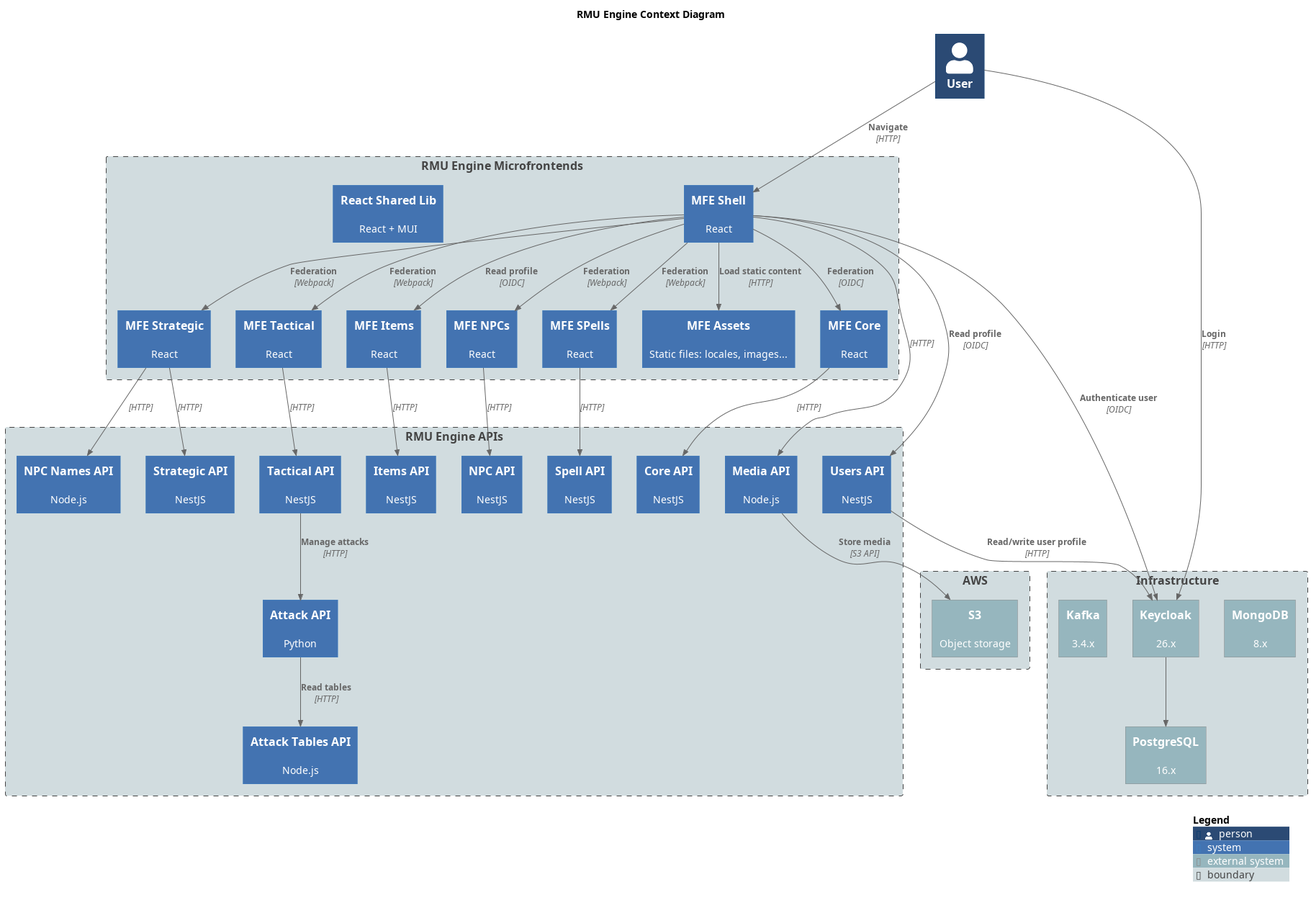
Earlier version of the PlantUML export diagrams/c4-context.png (labcabrera/rmu-platform).
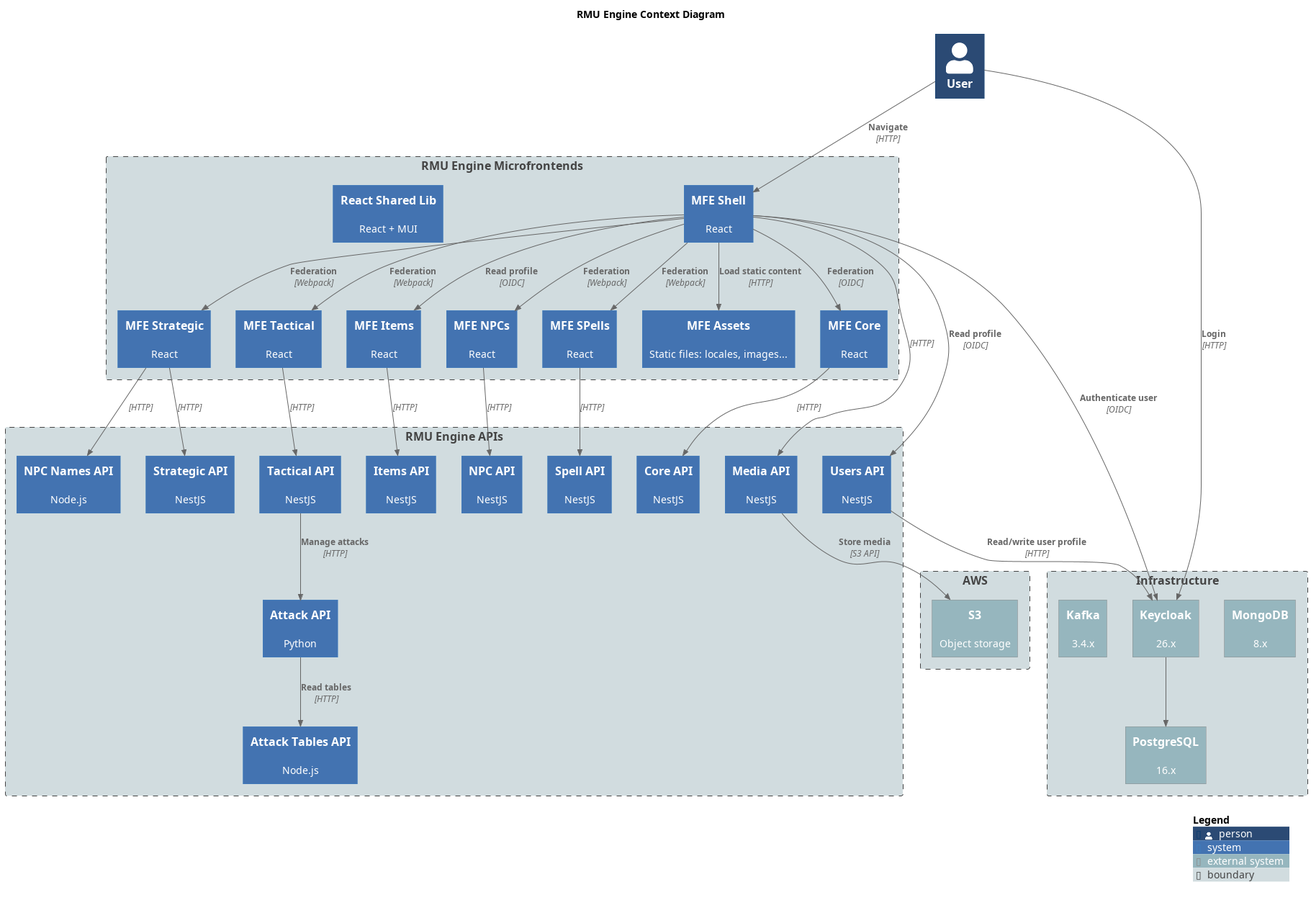
The same diagram one commit later.

Diff of the diagram source:
```diff
@@ -34,7 +34,7 @@
     System(rmu_api_spells, "Spell API", "NestJS")
     System(rmu_api_items, "Items API", "NestJS")
     System(rmu_api_attack_tables, "Attack Tables API", "Node.js")
-    System(rmu_api_media, "Media API", "Node.js")
+    System(rmu_api_media, "Media API", "NestJS")
 }
 
 Boundary(infrastructure, "Infrastructure") {
```
